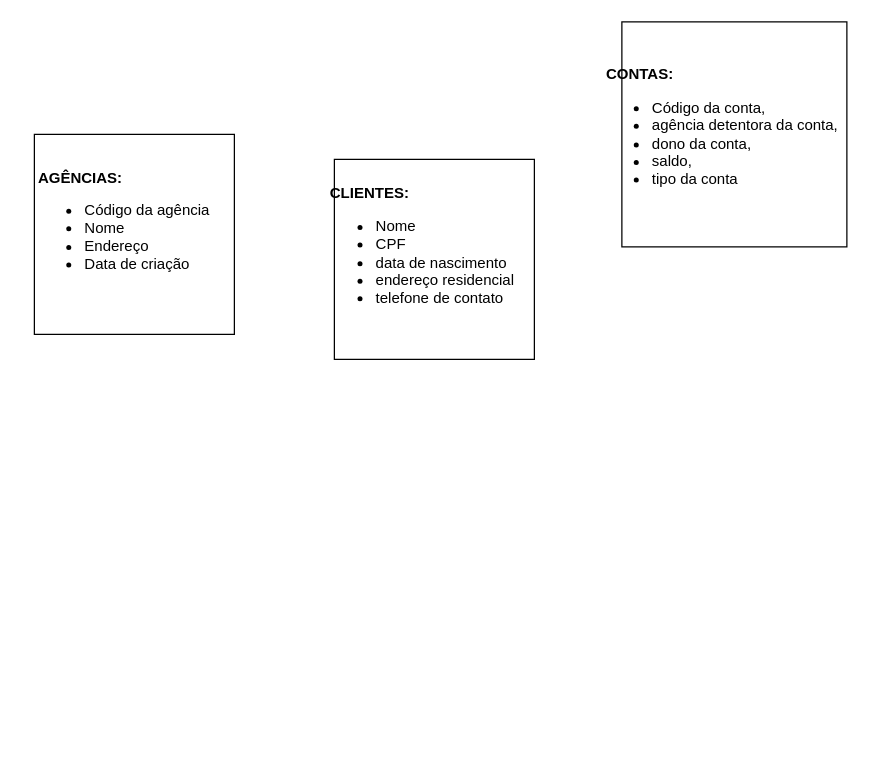
Above: Diagrama sem nome.drawio in M0SELL1/E10-Banco-de-dados (draw.io), before the change. Source tidied: cells renumbered, new cells numbered last; positions are measured from the earlier drawing's top-left corner, leaving out a move shared by most shapes. Both pictures are drawn from the tidied source at 125%, with x=0, y=0 at pixel (21, 21).
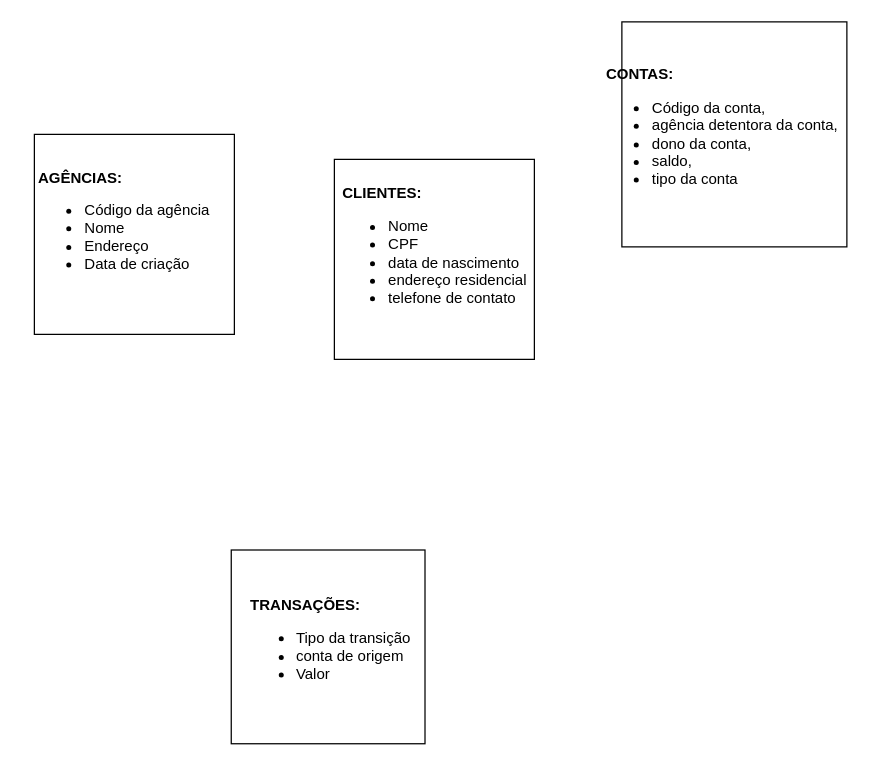
After the change.

What changed in the source:
```diff
@@
 <mxGraphModel>
   <root>
     <mxCell id="0" />
     <mxCell id="1" parent="0" />
     <mxCell id="2" style="whiteSpace=wrap;html=1;" parent="1" vertex="1">
       <mxGeometry x="250" y="110" width="160" height="160" as="geometry" />
     </mxCell>
     <mxCell id="3" value="&lt;div style=&quot;text-align: left;&quot;&gt;&lt;span style=&quot;background-color: initial;&quot;&gt;&lt;b&gt;&lt;span style=&quot;white-space: pre;&quot;&gt; &lt;/span&gt;CLIENTES:&lt;/b&gt;&lt;/span&gt;&lt;/div&gt;&lt;ul&gt;&lt;li style=&quot;text-align: left;&quot;&gt;Nome&lt;/li&gt;&lt;li style=&quot;text-align: left;&quot;&gt;CPF&lt;/li&gt;&lt;li style=&quot;text-align: left;&quot;&gt;data de nascimento&lt;/li&gt;&lt;li style=&quot;text-align: left;&quot;&gt;endereço residencial&amp;nbsp;&lt;/li&gt;&lt;li style=&quot;text-align: left;&quot;&gt;telefone de contato&lt;br&gt;&lt;/li&gt;&lt;/ul&gt;" style="text;html=1;align=center;verticalAlign=middle;fillColor=none;strokeColor=none;rounded=0;" parent="1" vertex="1">
-      <mxGeometry x="230" y="125" width="180" height="120" as="geometry" />
+      <mxGeometry x="240" y="125" width="180" height="120" as="geometry" />
     </mxCell>
     <mxCell id="4" style="whiteSpace=wrap;html=1;" parent="1" vertex="1">
       <mxGeometry x="10" y="90" width="160" height="160" as="geometry" />
     </mxCell>
     <mxCell id="5" value="&lt;div style=&quot;text-align: left;&quot;&gt;&lt;span style=&quot;background-color: initial;&quot;&gt;&lt;b&gt;&lt;span style=&quot;&quot;&gt; &lt;/span&gt;&lt;span style=&quot;white-space: pre;&quot;&gt; &lt;/span&gt;AGÊNCIAS:&lt;/b&gt;&lt;/span&gt;&lt;/div&gt;&lt;ul&gt;&lt;li style=&quot;text-align: left;&quot;&gt;Código da agência&lt;/li&gt;&lt;li style=&quot;text-align: left;&quot;&gt;Nome&lt;/li&gt;&lt;li style=&quot;text-align: left;&quot;&gt;Endereço&lt;/li&gt;&lt;li style=&quot;text-align: left;&quot;&gt;Data de criação&lt;br&gt;&lt;/li&gt;&lt;/ul&gt;" style="text;html=1;align=center;verticalAlign=middle;fillColor=none;strokeColor=none;rounded=0;" parent="1" vertex="1">
       <mxGeometry y="110" width="160" height="110" as="geometry" />
     </mxCell>
     <mxCell id="6" style="whiteSpace=wrap;html=1;" parent="1" vertex="1">
       <mxGeometry x="480" width="180" height="180" as="geometry" />
     </mxCell>
     <mxCell id="7" value="&lt;div style=&quot;text-align: left;&quot;&gt;&lt;span style=&quot;background-color: initial;&quot;&gt;&lt;b&gt;&lt;span style=&quot;&quot;&gt; &lt;/span&gt;&lt;span style=&quot;white-space: pre;&quot;&gt; &lt;/span&gt;CONTAS:&lt;/b&gt;&lt;/span&gt;&lt;/div&gt;&lt;ul&gt;&lt;li style=&quot;text-align: left;&quot;&gt;Código da conta,&amp;nbsp;&lt;/li&gt;&lt;li style=&quot;text-align: left;&quot;&gt;agência detentora da conta,&amp;nbsp;&lt;/li&gt;&lt;li style=&quot;text-align: left;&quot;&gt;dono da conta,&amp;nbsp;&lt;/li&gt;&lt;li style=&quot;text-align: left;&quot;&gt;saldo,&amp;nbsp;&lt;/li&gt;&lt;li style=&quot;text-align: left;&quot;&gt;tipo da conta&lt;br&gt;&lt;/li&gt;&lt;/ul&gt;" style="text;html=1;align=center;verticalAlign=middle;fillColor=none;strokeColor=none;rounded=0;" parent="1" vertex="1">
       <mxGeometry x="450" y="30" width="220" height="120" as="geometry" />
     </mxCell>
+    <mxCell id="8" style="whiteSpace=wrap;html=1;" parent="1" vertex="1">
+      <mxGeometry x="167.5" y="422.5" width="155" height="155" as="geometry" />
+    </mxCell>
+    <mxCell id="9" value="&lt;div style=&quot;text-align: left;&quot;&gt;&lt;span style=&quot;background-color: initial;&quot;&gt;&lt;b&gt;&lt;span style=&quot;&quot;&gt; &lt;/span&gt;&lt;span style=&quot;white-space: pre;&quot;&gt; &lt;/span&gt;TRANSAÇÕES:&lt;/b&gt;&lt;/span&gt;&lt;/div&gt;&lt;ul&gt;&lt;li style=&quot;text-align: left;&quot;&gt;Tipo da transição&lt;br&gt;&lt;/li&gt;&lt;li style=&quot;text-align: left;&quot;&gt;conta de origem&lt;br&gt;&lt;/li&gt;&lt;li style=&quot;text-align: left;&quot;&gt;Valor&lt;br&gt;&lt;/li&gt;&lt;/ul&gt;" style="text;html=1;align=center;verticalAlign=middle;fillColor=none;strokeColor=none;rounded=0;" parent="1" vertex="1">
+      <mxGeometry x="160" y="450" width="170" height="100" as="geometry" />
+    </mxCell>
   </root>
 </mxGraphModel>
```
